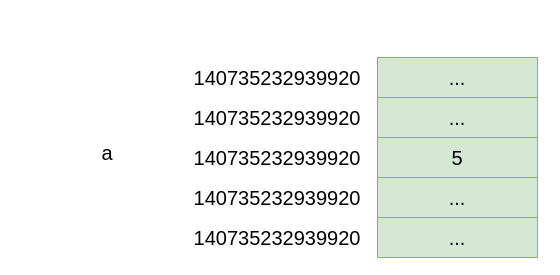
Before: ab address.drawio in pyhub01/Chapter-2-Illustrations, a draw.io diagram. Source tidied: cells renumbered, new cells numbered last; positions are measured from the earlier drawing's top-left corner, leaving out a move shared by most shapes. Both pictures are drawn from the tidied source at 100%, with x=0, y=0 at pixel (77, 57).
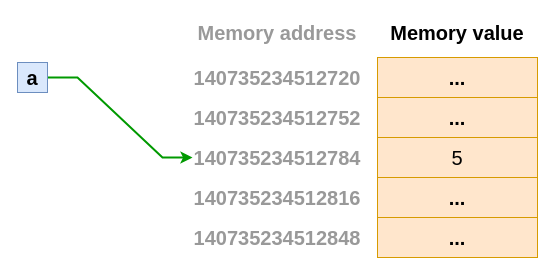
The same diagram, later.

Change to the diagram source:
```diff
@@
 <mxGraphModel>
   <root>
     <mxCell id="0" />
     <mxCell id="1" parent="0" />
+    <mxCell id="13" style="edgeStyle=entityRelationEdgeStyle;rounded=0;jettySize=auto;html=1;fontSize=20;strokeWidth=2;strokeColor=#009900;entryX=0;entryY=0.5;entryDx=0;entryDy=0;" parent="1" edge="1" source="2" target="4">
+      <mxGeometry relative="1" as="geometry" />
+    </mxCell>
-    <mxCell id="2" value="&lt;font style=&quot;font-size: 20px&quot;&gt;a&lt;/font&gt;" style="text;html=1;strokeColor=none;fillColor=none;align=center;verticalAlign=middle;whiteSpace=wrap;rounded=0;" parent="1" vertex="1">
-      <mxGeometry y="80" width="60" height="30" as="geometry" />
+    <mxCell id="2" value="&lt;font style=&quot;font-size: 20px&quot;&gt;&lt;b&gt;a&lt;/b&gt;&lt;/font&gt;" style="text;html=1;strokeColor=#6c8ebf;fillColor=#dae8fc;align=center;verticalAlign=middle;whiteSpace=wrap;rounded=0;" parent="1" vertex="1">
+      <mxGeometry x="-60" y="5" width="30" height="30" as="geometry" />
     </mxCell>
-    <mxCell id="3" value="5" style="rounded=0;whiteSpace=wrap;html=1;fontSize=20;fillColor=#d5e8d4;strokeColor=#82b366;" parent="1" vertex="1">
+    <mxCell id="3" value="5" style="rounded=0;whiteSpace=wrap;html=1;fontSize=20;fillColor=#ffe6cc;strokeColor=#d79b00;" parent="1" vertex="1">
       <mxGeometry x="300" y="80" width="160" height="40" as="geometry" />
     </mxCell>
-    <mxCell id="4" value="&lt;span&gt;140735232939920&lt;/span&gt;" style="text;html=1;strokeColor=none;fillColor=none;align=center;verticalAlign=middle;whiteSpace=wrap;rounded=0;fontSize=20;" parent="1" vertex="1">
-      <mxGeometry x="170" y="85" width="60" height="30" as="geometry" />
+    <mxCell id="4" value="&lt;span&gt;&lt;/span&gt;&lt;strong class=&quot;r-b88u0q&quot;&gt;140735234512784&lt;/strong&gt;" style="text;html=1;strokeColor=none;fillColor=none;align=center;verticalAlign=middle;whiteSpace=wrap;rounded=0;fontSize=20;fontColor=#999999;" parent="1" vertex="1">
+      <mxGeometry x="115" y="85" width="170" height="30" as="geometry" />
     </mxCell>
-    <mxCell id="5" value="..." style="rounded=0;whiteSpace=wrap;html=1;fontSize=20;fillColor=#d5e8d4;strokeColor=#82b366;" parent="1" vertex="1">
+    <mxCell id="5" value="&lt;b&gt;...&lt;/b&gt;" style="rounded=0;whiteSpace=wrap;html=1;fontSize=20;fillColor=#ffe6cc;strokeColor=#d79b00;" parent="1" vertex="1">
       <mxGeometry x="300" y="40" width="160" height="40" as="geometry" />
     </mxCell>
-    <mxCell id="6" value="..." style="rounded=0;whiteSpace=wrap;html=1;fontSize=20;fillColor=#d5e8d4;strokeColor=#82b366;" parent="1" vertex="1">
+    <mxCell id="6" value="&lt;b&gt;...&lt;/b&gt;" style="rounded=0;whiteSpace=wrap;html=1;fontSize=20;fillColor=#ffe6cc;strokeColor=#d79b00;" parent="1" vertex="1">
       <mxGeometry x="300" width="160" height="40" as="geometry" />
     </mxCell>
-    <mxCell id="7" value="..." style="rounded=0;whiteSpace=wrap;html=1;fontSize=20;fillColor=#d5e8d4;strokeColor=#82b366;" parent="1" vertex="1">
+    <mxCell id="7" value="&lt;b&gt;...&lt;/b&gt;" style="rounded=0;whiteSpace=wrap;html=1;fontSize=20;fillColor=#ffe6cc;strokeColor=#d79b00;" parent="1" vertex="1">
       <mxGeometry x="300" y="120" width="160" height="40" as="geometry" />
     </mxCell>
-    <mxCell id="8" value="..." style="rounded=0;whiteSpace=wrap;html=1;fontSize=20;fillColor=#d5e8d4;strokeColor=#82b366;" parent="1" vertex="1">
+    <mxCell id="8" value="&lt;b&gt;...&lt;/b&gt;" style="rounded=0;whiteSpace=wrap;html=1;fontSize=20;fillColor=#ffe6cc;strokeColor=#d79b00;" parent="1" vertex="1">
       <mxGeometry x="300" y="160" width="160" height="40" as="geometry" />
     </mxCell>
-    <mxCell id="9" value="&lt;span&gt;140735232939920&lt;/span&gt;" style="text;html=1;strokeColor=none;fillColor=none;align=center;verticalAlign=middle;whiteSpace=wrap;rounded=0;fontSize=20;" parent="1" vertex="1">
+    <mxCell id="9" value="&lt;b&gt;140735234512752&lt;/b&gt;" style="text;html=1;strokeColor=none;fillColor=none;align=center;verticalAlign=middle;whiteSpace=wrap;rounded=0;fontSize=20;fontColor=#999999;" parent="1" vertex="1">
       <mxGeometry x="170" y="45" width="60" height="30" as="geometry" />
     </mxCell>
-    <mxCell id="10" value="&lt;span&gt;140735232939920&lt;/span&gt;" style="text;html=1;strokeColor=none;fillColor=none;align=center;verticalAlign=middle;whiteSpace=wrap;rounded=0;fontSize=20;" parent="1" vertex="1">
+    <mxCell id="10" value="&lt;b&gt;140735234512720&lt;/b&gt;" style="text;html=1;strokeColor=none;fillColor=none;align=center;verticalAlign=middle;whiteSpace=wrap;rounded=0;fontSize=20;fontColor=#999999;" parent="1" vertex="1">
       <mxGeometry x="170" y="5" width="60" height="30" as="geometry" />
     </mxCell>
-    <mxCell id="11" value="&lt;span&gt;140735232939920&lt;/span&gt;" style="text;html=1;strokeColor=none;fillColor=none;align=center;verticalAlign=middle;whiteSpace=wrap;rounded=0;fontSize=20;" parent="1" vertex="1">
+    <mxCell id="11" value="&lt;b&gt;140735234512816&lt;/b&gt;" style="text;html=1;strokeColor=none;fillColor=none;align=center;verticalAlign=middle;whiteSpace=wrap;rounded=0;fontSize=20;fontColor=#999999;" parent="1" vertex="1">
       <mxGeometry x="170" y="125" width="60" height="30" as="geometry" />
     </mxCell>
-    <mxCell id="12" value="&lt;span&gt;140735232939920&lt;/span&gt;" style="text;html=1;strokeColor=none;fillColor=none;align=center;verticalAlign=middle;whiteSpace=wrap;rounded=0;fontSize=20;" parent="1" vertex="1">
+    <mxCell id="12" value="&lt;b&gt;140735234512848&lt;/b&gt;" style="text;html=1;strokeColor=none;fillColor=none;align=center;verticalAlign=middle;whiteSpace=wrap;rounded=0;fontSize=20;fontColor=#999999;" parent="1" vertex="1">
       <mxGeometry x="170" y="165" width="60" height="30" as="geometry" />
     </mxCell>
+    <mxCell id="14" value="&lt;b&gt;&lt;font color=&quot;#999999&quot;&gt;Memory address&lt;/font&gt;&lt;/b&gt;" style="text;html=1;strokeColor=none;fillColor=none;align=center;verticalAlign=middle;whiteSpace=wrap;rounded=0;fontSize=20;" parent="1" vertex="1">
+      <mxGeometry x="115" y="-40" width="170" height="30" as="geometry" />
+    </mxCell>
+    <mxCell id="15" value="&lt;b&gt;&lt;font&gt;Memory value&lt;/font&gt;&lt;/b&gt;" style="text;html=1;strokeColor=none;fillColor=none;align=center;verticalAlign=middle;whiteSpace=wrap;rounded=0;fontSize=20;fontColor=#000000;" parent="1" vertex="1">
+      <mxGeometry x="295" y="-40" width="170" height="30" as="geometry" />
+    </mxCell>
   </root>
 </mxGraphModel>
```
